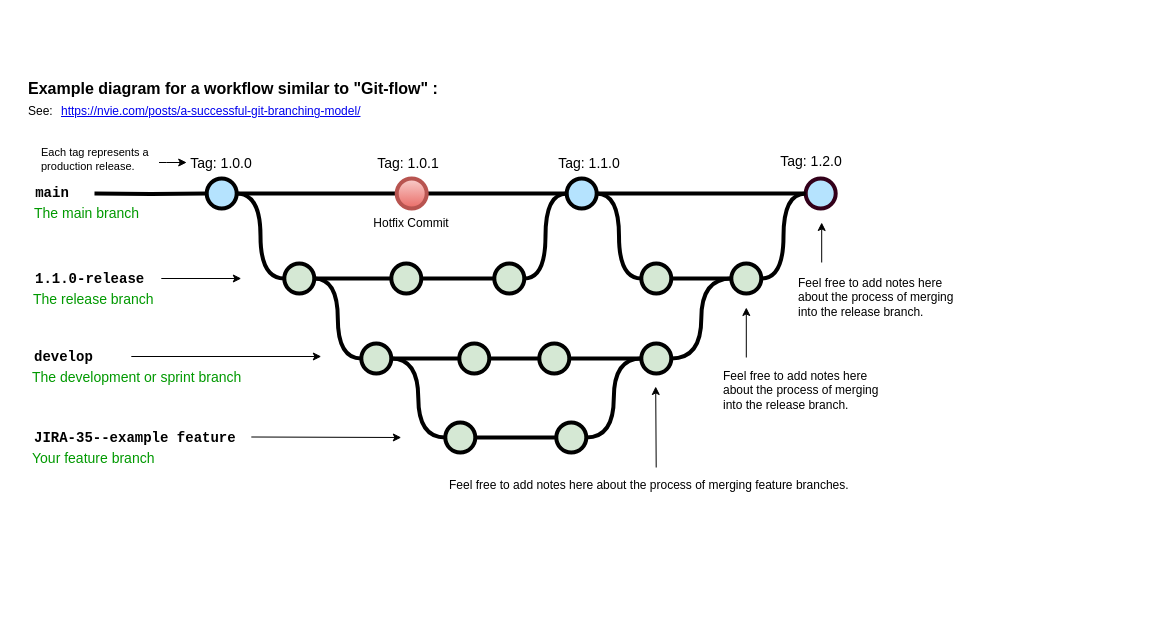
krishnamandadi/sampleProject keeps this draw.io diagram as Untitled Diagram.drawio. Above is the earlier version. Source tidied: cells renumbered, new cells numbered last; positions are measured from the earlier drawing's top-left corner, leaving out a move shared by most shapes. Both pictures are drawn from the tidied source at 100%, with x=0, y=0 at pixel (26, 72).
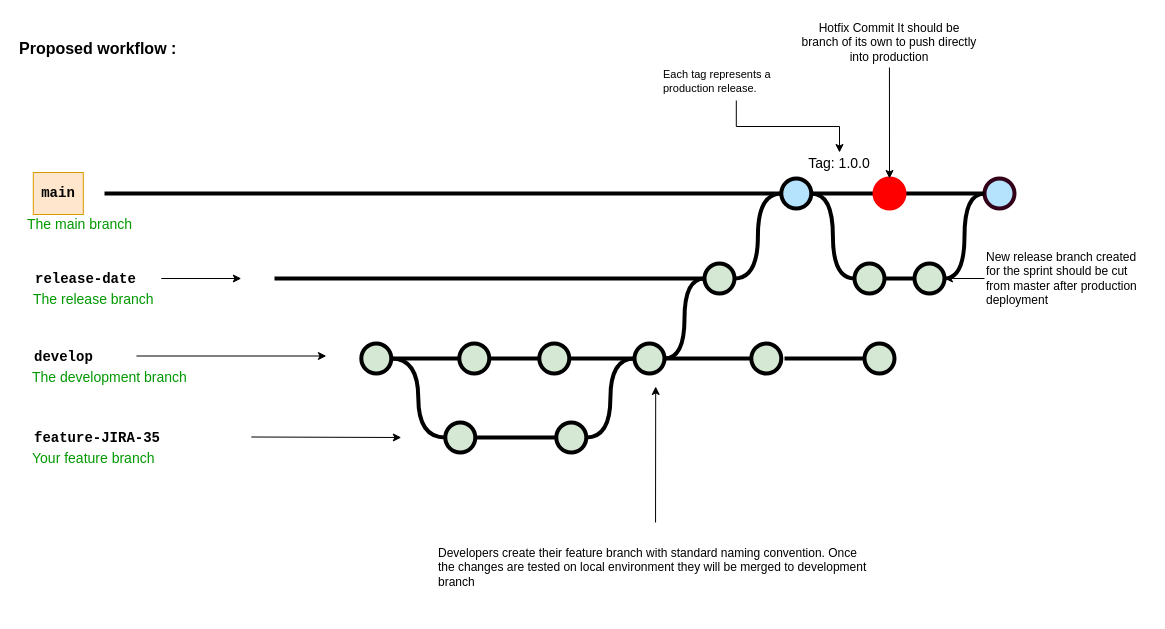
The same diagram, later.

The change refers to these unchanged cells:
```xml
<mxCell id="22" style="verticalLabelPosition=bottom;verticalAlign=top;html=1;strokeWidth=4;shape=mxgraph.flowchart.on-page_reference;plain-purple;gradientColor=none;strokeColor=#000000;fillColor=#D5E8D4;" parent="1" vertex="1">
  <mxGeometry x="334.8" y="271" width="30" height="30" as="geometry" />
</mxCell>
```

What changed in the source:
```diff
@@
-    <mxCell id="2" value="Hotfix Commit" style="text;html=1;strokeColor=none;fillColor=none;align=center;verticalAlign=middle;whiteSpace=wrap;overflow=hidden;" parent="1" vertex="1">
-      <mxGeometry x="345.2" y="136" width="80" height="30" as="geometry" />
+    <mxCell id="2" value="Hotfix Commit It should be branch of its own to push directly into production" style="text;html=1;strokeColor=none;fillColor=none;align=center;verticalAlign=middle;whiteSpace=wrap;overflow=hidden;" parent="1" vertex="1">
+      <mxGeometry x="772.2" y="-55" width="181.5" height="50" as="geometry" />
     </mxCell>
-    <mxCell id="3" style="edgeStyle=orthogonalEdgeStyle;rounded=0;html=1;jettySize=auto;plain-blue;endArrow=none;endFill=0;strokeWidth=4;strokeColor=#000000;entryX=0;entryY=0.5;entryDx=0;entryDy=0;entryPerimeter=0;" parent="1" edge="1" source="5" target="61">
-      <mxGeometry x="292.2" y="211" as="geometry" />
-    </mxCell>
-    <mxCell id="4" style="edgeStyle=orthogonalEdgeStyle;curved=1;rounded=0;html=1;exitX=1;exitY=0.5;exitPerimeter=0;entryX=0;entryY=0.5;entryPerimeter=0;endArrow=none;endFill=0;jettySize=auto;strokeWidth=4;fontSize=15;" parent="1" edge="1" source="5" target="13">
-      <mxGeometry relative="1" as="geometry" />
-    </mxCell>
-    <mxCell id="5" style="verticalLabelPosition=bottom;verticalAlign=top;html=1;strokeWidth=4;shape=mxgraph.flowchart.on-page_reference;plain-blue;gradientColor=none;fillColor=#B5E3Fe;strokeColor=#000000;" parent="1" vertex="1">
-      <mxGeometry x="180.2" y="106" width="30" height="30" as="geometry" />
-    </mxCell>
@@
     <mxCell id="8" style="verticalLabelPosition=bottom;verticalAlign=top;html=1;strokeWidth=4;shape=mxgraph.flowchart.on-page_reference;plain-blue;gradientColor=none;strokeColor=#000000;fillColor=#B5E3FE;" parent="1" vertex="1">
-      <mxGeometry x="540.2" y="106" width="30" height="30" as="geometry" />
+      <mxGeometry x="754.8" y="106" width="30" height="30" as="geometry" />
     </mxCell>
     <mxCell id="9" style="verticalLabelPosition=bottom;verticalAlign=top;html=1;strokeWidth=4;shape=mxgraph.flowchart.on-page_reference;plain-blue;gradientColor=none;strokeColor=#33001A;fillColor=#B5E3FE;" parent="1" vertex="1">
-      <mxGeometry x="779.2" y="106" width="30" height="30" as="geometry" />
+      <mxGeometry x="958" y="106" width="30" height="30" as="geometry" />
     </mxCell>
-    <mxCell id="10" style="edgeStyle=orthogonalEdgeStyle;rounded=0;html=1;jettySize=auto;strokeWidth=4;endArrow=none;endFill=0;" parent="1" edge="1" target="5">
-      <mxGeometry x="192.2" y="211" as="geometry">
-        <mxPoint x="68" y="121" as="sourcePoint" />
-      </mxGeometry>
-    </mxCell>
-    <mxCell id="11" value="main" style="text;html=1;strokeColor=none;fillColor=none;align=center;verticalAlign=middle;whiteSpace=wrap;overflow=hidden;fontSize=14;fontStyle=1;fontFamily=Courier New;" parent="1" vertex="1">
-      <mxGeometry x="1" y="100" width="50" height="42" as="geometry" />
+    <mxCell id="11" value="main" style="text;html=1;strokeColor=#d79b00;fillColor=#ffe6cc;align=center;verticalAlign=middle;whiteSpace=wrap;overflow=hidden;fontSize=14;fontStyle=1;fontFamily=Courier New;" parent="1" vertex="1">
+      <mxGeometry x="6.8" y="100" width="50" height="42" as="geometry" />
     </mxCell>
-    <mxCell id="12" style="edgeStyle=orthogonalEdgeStyle;curved=1;rounded=0;html=1;exitX=1;exitY=0.5;exitPerimeter=0;endArrow=none;endFill=0;jettySize=auto;strokeWidth=4;fontSize=15;" parent="1" edge="1" source="13" target="15">
-      <mxGeometry relative="1" as="geometry" />
-    </mxCell>
-    <mxCell id="13" style="verticalLabelPosition=bottom;verticalAlign=top;html=1;strokeWidth=4;shape=mxgraph.flowchart.on-page_reference;plain-purple;gradientColor=none;strokeColor=#000000;fillColor=#D5E8D4;" parent="1" vertex="1">
-      <mxGeometry x="257.8" y="191" width="30" height="30" as="geometry" />
-    </mxCell>
-    <mxCell id="14" style="edgeStyle=orthogonalEdgeStyle;curved=1;rounded=0;html=1;exitX=1;exitY=0.5;exitPerimeter=0;entryX=0;entryY=0.5;entryPerimeter=0;endArrow=none;endFill=0;jettySize=auto;strokeWidth=4;fontSize=15;" parent="1" edge="1" source="15" target="17">
-      <mxGeometry relative="1" as="geometry" />
-    </mxCell>
-    <mxCell id="15" style="verticalLabelPosition=bottom;verticalAlign=top;html=1;strokeWidth=4;shape=mxgraph.flowchart.on-page_reference;plain-purple;gradientColor=none;strokeColor=#000000;fillColor=#D5E8D4;" parent="1" vertex="1">
-      <mxGeometry x="364.8" y="191" width="30" height="30" as="geometry" />
-    </mxCell>
@@
     <mxCell id="17" style="verticalLabelPosition=bottom;verticalAlign=top;html=1;strokeWidth=4;shape=mxgraph.flowchart.on-page_reference;plain-purple;gradientColor=none;strokeColor=#000000;fillColor=#D5E8D4;" parent="1" vertex="1">
-      <mxGeometry x="467.8" y="191" width="30" height="30" as="geometry" />
+      <mxGeometry x="678" y="191" width="30" height="30" as="geometry" />
     </mxCell>
-    <mxCell id="18" value="1.1.0-release" style="text;html=1;strokeColor=none;fillColor=none;align=left;verticalAlign=middle;whiteSpace=wrap;overflow=hidden;fontSize=14;fontStyle=1;fontFamily=Courier New;" parent="1" vertex="1">
+    <mxCell id="18" value="release-date" style="text;html=1;strokeColor=none;fillColor=none;align=left;verticalAlign=middle;whiteSpace=wrap;overflow=hidden;fontSize=14;fontStyle=1;fontFamily=Courier New;" parent="1" vertex="1">
       <mxGeometry x="6.8" y="196" width="240" height="20" as="geometry" />
     </mxCell>
@@
-    <mxCell id="20" style="edgeStyle=orthogonalEdgeStyle;rounded=0;jettySize=auto;html=1;entryX=1;entryY=0.5;entryDx=0;entryDy=0;entryPerimeter=0;endArrow=none;endFill=0;strokeWidth=4;curved=1;" parent="1" edge="1" source="22" target="13">
-      <mxGeometry relative="1" as="geometry" />
-    </mxCell>
@@
-    <mxCell id="27" style="edgeStyle=orthogonalEdgeStyle;curved=1;rounded=0;jettySize=auto;html=1;entryX=0;entryY=0.5;entryDx=0;entryDy=0;entryPerimeter=0;endArrow=none;endFill=0;strokeWidth=4;fontFamily=Courier New;fontColor=#009900;" parent="1" edge="1" source="28" target="47">
-      <mxGeometry relative="1" as="geometry" />
-    </mxCell>
     <mxCell id="28" style="verticalLabelPosition=bottom;verticalAlign=top;html=1;strokeWidth=4;shape=mxgraph.flowchart.on-page_reference;plain-purple;gradientColor=none;strokeColor=#000000;fillColor=#D5E8D4;" parent="1" vertex="1">
-      <mxGeometry x="614.8" y="271" width="30" height="30" as="geometry" />
+      <mxGeometry x="608" y="271" width="30" height="30" as="geometry" />
     </mxCell>
@@
-    <mxCell id="34" value="JIRA-35--example feature" style="text;html=1;strokeColor=none;fillColor=none;align=left;verticalAlign=middle;whiteSpace=wrap;overflow=hidden;fontSize=14;fontStyle=1;fontFamily=Courier New;" parent="1" vertex="1">
+    <mxCell id="34" value="feature-JIRA-35" style="text;html=1;strokeColor=none;fillColor=none;align=left;verticalAlign=middle;whiteSpace=wrap;overflow=hidden;fontSize=14;fontStyle=1;fontFamily=Courier New;" parent="1" vertex="1">
       <mxGeometry x="5.5" y="355" width="240" height="20" as="geometry" />
     </mxCell>
-    <mxCell id="35" value="The development or sprint branch" style="text;html=1;strokeColor=none;fillColor=none;align=left;verticalAlign=middle;whiteSpace=wrap;overflow=hidden;fontSize=14;fontStyle=0;fontColor=#009900;" parent="1" vertex="1">
+    <mxCell id="35" value="The development branch" style="text;html=1;strokeColor=none;fillColor=none;align=left;verticalAlign=middle;whiteSpace=wrap;overflow=hidden;fontSize=14;fontStyle=0;fontColor=#009900;" parent="1" vertex="1">
       <mxGeometry x="3.8" y="294" width="240" height="20" as="geometry" />
     </mxCell>
@@
     <mxCell id="38" value="The main branch&lt;br&gt;" style="text;html=1;strokeColor=none;fillColor=none;align=left;verticalAlign=middle;whiteSpace=wrap;overflow=hidden;fontSize=14;fontStyle=0;fontColor=#009900;" parent="1" vertex="1">
-      <mxGeometry x="6.2" y="130" width="146.8" height="20" as="geometry" />
+      <mxGeometry x="-0.9" y="141" width="146.8" height="20" as="geometry" />
     </mxCell>
@@
     <mxCell id="40" style="endArrow=classic;html=1;strokeWidth=1;fontFamily=Courier New;fontColor=#009900;" parent="1" edge="1">
       <mxGeometry relative="1" as="geometry">
-        <mxPoint x="104.8" y="284" as="sourcePoint" />
-        <mxPoint x="294.8" y="284" as="targetPoint" />
+        <mxPoint x="109.9" y="283.5" as="sourcePoint" />
+        <mxPoint x="299.9" y="283.5" as="targetPoint" />
       </mxGeometry>
     </mxCell>
@@
-    <mxCell id="42" value="Tag: 1.1.0" style="text;html=1;strokeColor=none;fillColor=none;align=center;verticalAlign=middle;whiteSpace=wrap;overflow=hidden;fontSize=14;" parent="1" vertex="1">
-      <mxGeometry x="508.2" y="80" width="110" height="20" as="geometry" />
-    </mxCell>
-    <mxCell id="43" value="Tag: 1.0.0" style="text;html=1;strokeColor=none;fillColor=none;align=center;verticalAlign=middle;whiteSpace=wrap;overflow=hidden;fontSize=14;" parent="1" vertex="1">
-      <mxGeometry x="160.2" y="80" width="70" height="20" as="geometry" />
-    </mxCell>
@@
     <mxCell id="45" style="verticalLabelPosition=bottom;verticalAlign=top;html=1;strokeWidth=4;shape=mxgraph.flowchart.on-page_reference;plain-purple;gradientColor=none;strokeColor=#000000;fillColor=#D5E8D4;" parent="1" vertex="1">
-      <mxGeometry x="614.8" y="191" width="30" height="30" as="geometry" />
+      <mxGeometry x="828" y="191" width="30" height="30" as="geometry" />
     </mxCell>
@@
     <mxCell id="47" style="verticalLabelPosition=bottom;verticalAlign=top;html=1;strokeWidth=4;shape=mxgraph.flowchart.on-page_reference;plain-purple;gradientColor=none;strokeColor=#000000;fillColor=#D5E8D4;" parent="1" vertex="1">
-      <mxGeometry x="704.8" y="191" width="30" height="30" as="geometry" />
+      <mxGeometry x="888" y="191" width="30" height="30" as="geometry" />
     </mxCell>
-    <mxCell id="48" value="Tag: 1.2.0" style="text;html=1;strokeColor=none;fillColor=none;align=center;verticalAlign=middle;whiteSpace=wrap;overflow=hidden;fontSize=14;" parent="1" vertex="1">
-      <mxGeometry x="730.2" y="78" width="110" height="20" as="geometry" />
+    <mxCell id="48" value="Tag: 1.0.0" style="text;html=1;strokeColor=none;fillColor=none;align=center;verticalAlign=middle;whiteSpace=wrap;overflow=hidden;fontSize=14;" parent="1" vertex="1">
+      <mxGeometry x="758" y="80" width="110" height="20" as="geometry" />
     </mxCell>
@@
-    <mxCell id="50" style="endArrow=classic;html=1;strokeWidth=1;fontFamily=Courier New;fontColor=#009900;" parent="1" edge="1">
-      <mxGeometry relative="1" as="geometry">
-        <mxPoint x="719.8" y="285" as="sourcePoint" />
-        <mxPoint x="719.8" y="235" as="targetPoint" />
-      </mxGeometry>
-    </mxCell>
+    <mxCell id="63" style="edgeStyle=orthogonalEdgeStyle;rounded=0;jettySize=auto;html=1;entryX=1;entryY=0.5;entryDx=0;entryDy=0;entryPerimeter=0;strokeWidth=1;" parent="1" edge="1" source="51" target="47">
+      <mxGeometry relative="1" as="geometry" />
+    </mxCell>
-    <mxCell id="51" value="&lt;span style=&quot;text-align: center&quot;&gt;Feel free to add notes here about the process of merging into the release branch.&lt;br&gt;&lt;/span&gt;" style="text;html=1;strokeColor=none;fillColor=none;align=left;verticalAlign=middle;whiteSpace=wrap;overflow=hidden;fontSize=12;fontStyle=0;fontColor=#000000;" parent="1" vertex="1">
-      <mxGeometry x="694.8" y="285" width="163.2" height="66" as="geometry" />
+    <mxCell id="51" value="&lt;span style=&quot;text-align: center&quot;&gt;New release branch created for the sprint should be cut from master after production deployment&lt;br&gt;&lt;/span&gt;" style="text;html=1;strokeColor=none;fillColor=none;align=left;verticalAlign=middle;whiteSpace=wrap;overflow=hidden;fontSize=12;fontStyle=0;fontColor=#000000;" parent="1" vertex="1">
+      <mxGeometry x="958" y="173" width="163.2" height="66" as="geometry" />
     </mxCell>
-    <mxCell id="52" value="&lt;div style=&quot;&quot;&gt;&lt;span&gt;Feel free to add notes here about the process of merging feature branches.&lt;/span&gt;&lt;/div&gt;" style="text;html=1;strokeColor=none;fillColor=none;align=left;verticalAlign=middle;whiteSpace=wrap;overflow=hidden;fontSize=12;fontStyle=0;fontColor=#000000;" parent="1" vertex="1">
-      <mxGeometry x="420.6" y="395" width="418.2" height="36" as="geometry" />
+    <mxCell id="52" value="&lt;div&gt;&lt;span&gt;Developers create their feature branch with standard naming convention. Once&amp;nbsp; the changes are tested on local environment they will be merged to development branch&lt;/span&gt;&lt;/div&gt;" style="text;html=1;strokeColor=none;fillColor=none;align=left;verticalAlign=middle;whiteSpace=wrap;overflow=hidden;fontSize=12;fontStyle=0;fontColor=#000000;" parent="1" vertex="1">
+      <mxGeometry x="410.1" y="450" width="437.9" height="90" as="geometry" />
     </mxCell>
-    <mxCell id="53" style="edgeStyle=orthogonalEdgeStyle;rounded=0;jettySize=auto;html=1;fontSize=12;fontColor=#000000;entryX=0;entryY=0.5;entryDx=0;entryDy=0;" parent="1" edge="1" source="54" target="43">
-      <mxGeometry relative="1" as="geometry">
-        <Array as="points">
-          <mxPoint x="140.2" y="90" />
-          <mxPoint x="140.2" y="90" />
-        </Array>
-      </mxGeometry>
-    </mxCell>
+    <mxCell id="64" style="edgeStyle=orthogonalEdgeStyle;rounded=0;jettySize=auto;html=1;strokeWidth=1;" parent="1" edge="1" source="54" target="48">
+      <mxGeometry relative="1" as="geometry" />
+    </mxCell>
     <mxCell id="54" value="&lt;span style=&quot;text-align: center; font-size: 11px;&quot;&gt;Each tag represents a production release.&lt;/span&gt;" style="text;html=1;strokeColor=none;fillColor=none;align=left;verticalAlign=middle;whiteSpace=wrap;overflow=hidden;fontSize=11;fontStyle=0;fontColor=#000000;" parent="1" vertex="1">
-      <mxGeometry x="12.5" y="68" width="120" height="38" as="geometry" />
+      <mxGeometry x="634.8" y="-10" width="150" height="38" as="geometry" />
     </mxCell>
-    <mxCell id="55" value="Example diagram for a workflow similar to &quot;Git-flow&quot; :" style="text;whiteSpace=wrap;html=1;fontStyle=1;fontSize=16;" parent="1" vertex="1">
-      <mxGeometry x="0.2" width="427.8" height="20" as="geometry" />
+    <mxCell id="55" value="Proposed workflow :" style="text;whiteSpace=wrap;html=1;fontStyle=1;fontSize=16;" parent="1" vertex="1">
+      <mxGeometry x="-9" y="-40" width="427.8" height="20" as="geometry" />
     </mxCell>
-    <mxCell id="56" value="&lt;a href=&quot;https://nvie.com/posts/a-successful-git-branching-model/&quot;&gt;https://nvie.com/posts/a-successful-git-branching-model/&lt;/a&gt;" style="text;whiteSpace=wrap;html=1;" parent="1" vertex="1">
-      <mxGeometry x="33" y="25" width="355" height="20" as="geometry" />
-    </mxCell>
-    <mxCell id="57" value="See:" style="text;whiteSpace=wrap;html=1;" parent="1" vertex="1">
-      <mxGeometry x="0.2" y="25" width="32.8" height="20" as="geometry" />
-    </mxCell>
-    <mxCell id="58" style="endArrow=classic;html=1;strokeWidth=1;fontFamily=Courier New;fontColor=#009900;" parent="1" edge="1">
-      <mxGeometry relative="1" as="geometry">
-        <mxPoint x="795.2" y="190" as="sourcePoint" />
-        <mxPoint x="795.2" y="150" as="targetPoint" />
-      </mxGeometry>
-    </mxCell>
-    <mxCell id="59" value="&lt;span style=&quot;text-align: center&quot;&gt;Feel free to add notes here about the process of merging into the release branch.&lt;br&gt;&lt;br&gt;&lt;/span&gt;" style="text;html=1;strokeColor=none;fillColor=none;align=left;verticalAlign=middle;whiteSpace=wrap;overflow=hidden;fontSize=12;fontStyle=0;fontColor=#000000;" parent="1" vertex="1">
-      <mxGeometry x="770.2" y="191" width="167.8" height="81" as="geometry" />
-    </mxCell>
-    <mxCell id="60" style="edgeStyle=orthogonalEdgeStyle;rounded=0;jettySize=auto;html=1;fontSize=15;endArrow=none;endFill=0;strokeWidth=4;entryX=0;entryY=0.5;entryDx=0;entryDy=0;entryPerimeter=0;" parent="1" edge="1" source="61" target="8">
-      <mxGeometry relative="1" as="geometry" />
-    </mxCell>
-    <mxCell id="61" style="verticalLabelPosition=bottom;verticalAlign=top;html=1;strokeWidth=4;shape=mxgraph.flowchart.on-page_reference;plain-blue;gradientColor=#EA6B66;strokeColor=#B85450;fillColor=#F8CECC;" parent="1" vertex="1">
-      <mxGeometry x="370.2" y="106" width="30" height="30" as="geometry" />
-    </mxCell>
-    <mxCell id="62" value="Tag: 1.0.1" style="text;html=1;strokeColor=none;fillColor=none;align=center;verticalAlign=middle;whiteSpace=wrap;overflow=hidden;fontSize=14;" parent="1" vertex="1">
-      <mxGeometry x="346.5" y="80" width="70" height="20" as="geometry" />
-    </mxCell>
+    <mxCell id="65" style="verticalLabelPosition=bottom;verticalAlign=top;html=1;strokeWidth=4;shape=mxgraph.flowchart.on-page_reference;plain-purple;gradientColor=none;strokeColor=#000000;fillColor=#D5E8D4;" parent="1" vertex="1">
+      <mxGeometry x="724.8" y="271" width="30" height="30" as="geometry" />
+    </mxCell>
+    <mxCell id="66" style="endArrow=none;html=1;rounded=0;strokeWidth=4;entryX=0;entryY=0.5;entryDx=0;entryDy=0;entryPerimeter=0;exitX=1;exitY=0.5;exitDx=0;exitDy=0;exitPerimeter=0;" parent="1" edge="1" source="28" target="65">
+      <mxGeometry relative="1" as="geometry" />
+    </mxCell>
+    <mxCell id="67" style="endArrow=none;html=1;rounded=0;strokeWidth=4;entryX=0;entryY=0.5;entryDx=0;entryDy=0;entryPerimeter=0;" parent="1" edge="1" target="68">
+      <mxGeometry relative="1" as="geometry">
+        <mxPoint x="758" y="286" as="sourcePoint" />
+      </mxGeometry>
+    </mxCell>
+    <mxCell id="68" style="verticalLabelPosition=bottom;verticalAlign=top;html=1;strokeWidth=4;shape=mxgraph.flowchart.on-page_reference;plain-purple;gradientColor=none;strokeColor=#000000;fillColor=#D5E8D4;" parent="1" vertex="1">
+      <mxGeometry x="838" y="271" width="30" height="30" as="geometry" />
+    </mxCell>
+    <mxCell id="69" style="edgeStyle=orthogonalEdgeStyle;curved=1;rounded=0;html=1;entryX=0;entryY=0.5;entryPerimeter=0;endArrow=none;endFill=0;jettySize=auto;strokeWidth=4;fontSize=15;entryDx=0;entryDy=0;exitX=1;exitY=0.5;exitDx=0;exitDy=0;exitPerimeter=0;" parent="1" edge="1" source="28" target="17">
+      <mxGeometry relative="1" as="geometry" />
+    </mxCell>
+    <mxCell id="70" style="endArrow=none;html=1;rounded=0;strokeWidth=4;entryX=0;entryY=0.5;entryDx=0;entryDy=0;entryPerimeter=0;" parent="1" edge="1" target="17">
+      <mxGeometry relative="1" as="geometry">
+        <mxPoint x="248" y="206" as="sourcePoint" />
+      </mxGeometry>
+    </mxCell>
+    <mxCell id="71" style="endArrow=none;html=1;rounded=0;strokeWidth=4;entryX=0;entryY=0.5;entryDx=0;entryDy=0;entryPerimeter=0;" parent="1" edge="1" target="8">
+      <mxGeometry relative="1" as="geometry">
+        <mxPoint x="78" y="121" as="sourcePoint" />
+      </mxGeometry>
+    </mxCell>
+    <mxCell id="72" style="verticalLabelPosition=bottom;verticalAlign=top;html=1;strokeWidth=4;shape=mxgraph.flowchart.on-page_reference;plain-blue;gradientColor=none;strokeColor=#FF0000;fillColor=#FF0000;" parent="1" vertex="1">
+      <mxGeometry x="848" y="106" width="30" height="30" as="geometry" />
+    </mxCell>
+    <mxCell id="73" style="endArrow=classic;html=1;rounded=0;fontColor=#000000;strokeWidth=1;exitX=0.5;exitY=1;exitDx=0;exitDy=0;entryX=0.5;entryY=0;entryDx=0;entryDy=0;entryPerimeter=0;" parent="1" edge="1" source="2" target="72">
+      <mxGeometry relative="1" as="geometry" />
+    </mxCell>
```
